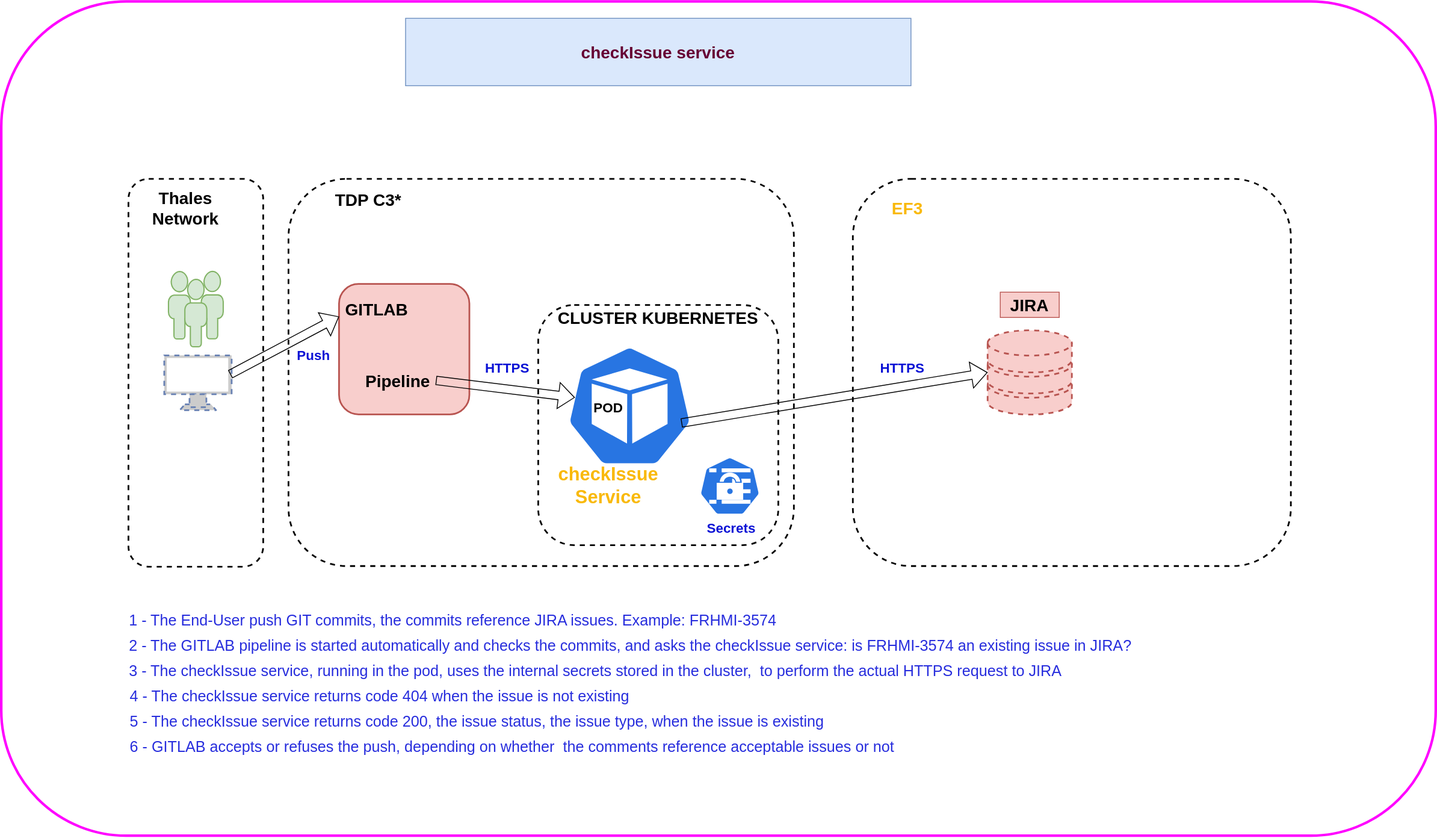
alaindelanay/drawings keeps this draw.io diagram as tech/Service checkIssue.svg. Above is the earlier version. Source tidied: cells renumbered, new cells last; positions are measured from the earlier drawing's top-left corner, leaving out a move shared by most shapes.
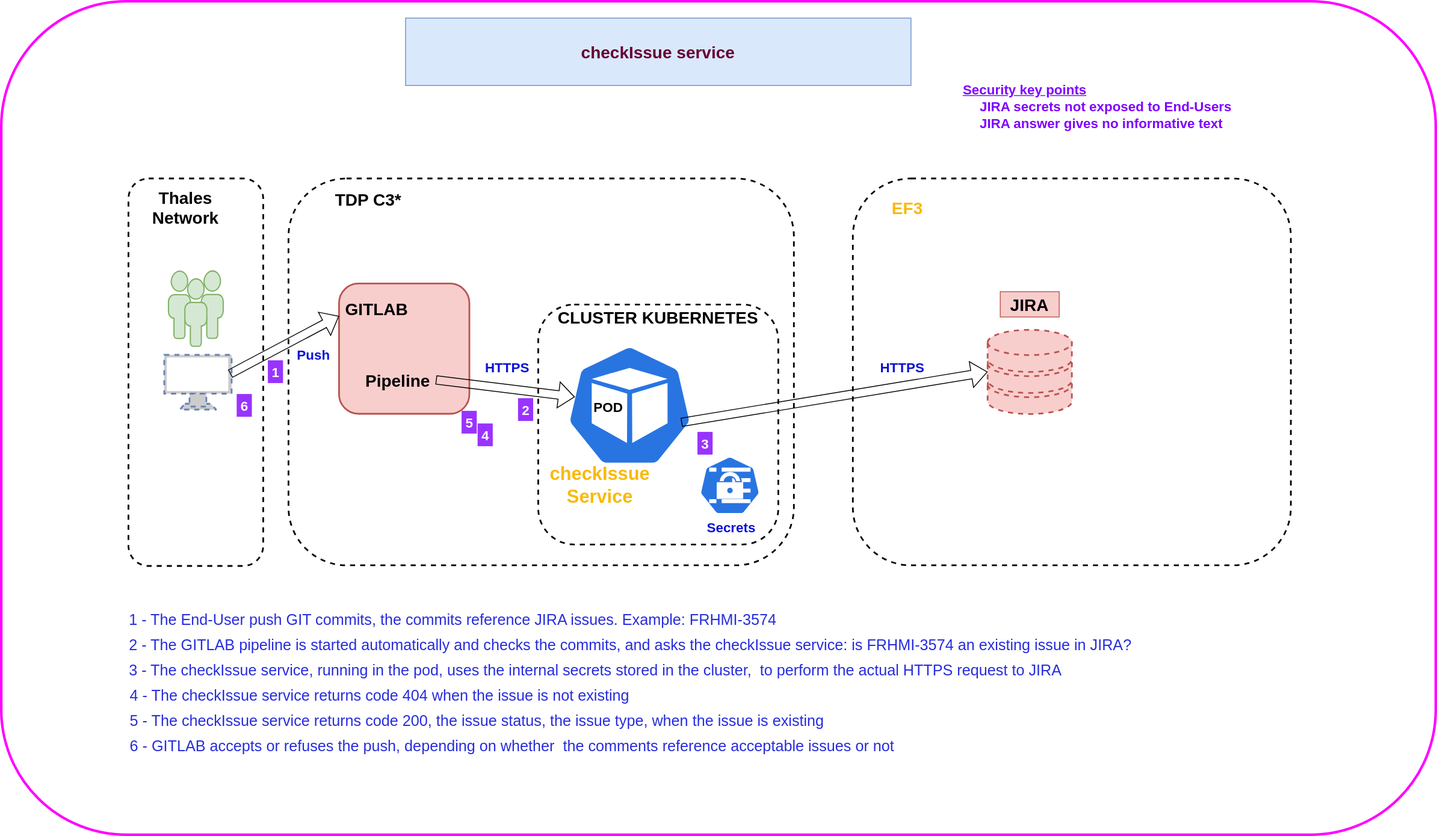
After the change.

Commit message:
Mettre à jour Service checkIssue.svg

Diff of the diagram source:
```diff
@@ -100,11 +100,38 @@
     <mxCell id="33" value="5 - The checkIssue service returns code 200, the issue status, the issue type, when the issue is existing" style="text;strokeColor=none;align=left;fillColor=none;html=1;verticalAlign=middle;whiteSpace=wrap;rounded=0;fontSize=18;fontColor=#272ddd;" parent="1" vertex="1">
       <mxGeometry x="151" y="840" width="1381" height="30" as="geometry" />
     </mxCell>
-    <mxCell id="34" value="6 - GITLAB accepts or refuses the push, depending on whether&amp;nbsp; the comments reference acceptable issues or not" style="text;strokeColor=none;align=left;fillColor=none;html=1;verticalAlign=middle;whiteSpace=wrap;rounded=0;fontSize=18;fontColor=#272ddd;" parent="1" vertex="1">
+    <mxCell id="34" value="6 - GITLAB accepts or refuses the push, depending on whether&amp;nbsp; the comments reference acceptable issues or not&amp;nbsp;" style="text;strokeColor=none;align=left;fillColor=none;html=1;verticalAlign=middle;whiteSpace=wrap;rounded=0;fontSize=18;fontColor=#272ddd;" parent="1" vertex="1">
       <mxGeometry x="151" y="870" width="1381" height="30" as="geometry" />
     </mxCell>
     <mxCell id="35" value="&lt;font style=&quot;font-size: 22px;&quot;&gt;checkIssue Service&lt;/font&gt;" style="text;strokeColor=none;align=center;fillColor=none;html=1;verticalAlign=middle;whiteSpace=wrap;rounded=0;fontSize=18;fontColor=#f9b90b;fontStyle=1;" parent="1" vertex="1">
-      <mxGeometry x="691" y="560" width="60" height="30" as="geometry" />
+      <mxGeometry x="681" y="560" width="60" height="30" as="geometry" />
     </mxCell>
+    <mxCell id="36" value="&lt;font style=&quot;font-size: 16px;&quot;&gt;&lt;b&gt;&amp;nbsp;2&amp;nbsp;&lt;/b&gt;&lt;/font&gt;" style="text;strokeColor=none;align=center;fillColor=none;html=1;verticalAlign=middle;whiteSpace=wrap;rounded=0;fontSize=22;fontColor=#FFFFFF;labelBackgroundColor=#9933FF;" parent="1" vertex="1">
+      <mxGeometry x="607.5" y="470" width="30" height="30" as="geometry" />
+    </mxCell>
+    <mxCell id="37" value="&lt;font style=&quot;font-size: 16px;&quot;&gt;&lt;b&gt;&amp;nbsp;1&amp;nbsp;&lt;/b&gt;&lt;/font&gt;" style="text;strokeColor=none;align=center;fillColor=none;html=1;verticalAlign=middle;whiteSpace=wrap;rounded=0;fontSize=22;fontColor=#FFFFFF;labelBackgroundColor=#9933FF;" parent="1" vertex="1">
+      <mxGeometry x="311" y="425.2" width="30" height="30" as="geometry" />
+    </mxCell>
+    <mxCell id="38" value="&lt;font style=&quot;font-size: 16px;&quot;&gt;&lt;b&gt;&amp;nbsp;3&amp;nbsp;&lt;/b&gt;&lt;/font&gt;" style="text;strokeColor=none;align=center;fillColor=none;html=1;verticalAlign=middle;whiteSpace=wrap;rounded=0;fontSize=22;fontColor=#FFFFFF;labelBackgroundColor=#9933FF;" parent="1" vertex="1">
+      <mxGeometry x="821" y="510" width="30" height="30" as="geometry" />
+    </mxCell>
+    <mxCell id="39" value="&lt;font style=&quot;font-size: 16px;&quot;&gt;&lt;b&gt;&amp;nbsp;4&amp;nbsp;&lt;/b&gt;&lt;/font&gt;" style="text;strokeColor=none;align=center;fillColor=none;html=1;verticalAlign=middle;whiteSpace=wrap;rounded=0;fontSize=22;fontColor=#FFFFFF;labelBackgroundColor=#9933FF;" parent="1" vertex="1">
+      <mxGeometry x="560" y="500" width="30" height="30" as="geometry" />
+    </mxCell>
+    <mxCell id="40" value="&lt;font style=&quot;font-size: 16px;&quot;&gt;&lt;b&gt;&amp;nbsp;5&amp;nbsp;&lt;/b&gt;&lt;/font&gt;" style="text;strokeColor=none;align=center;fillColor=none;html=1;verticalAlign=middle;whiteSpace=wrap;rounded=0;fontSize=22;fontColor=#FFFFFF;labelBackgroundColor=#9933FF;" parent="1" vertex="1">
+      <mxGeometry x="541" y="485" width="30" height="30" as="geometry" />
+    </mxCell>
+    <mxCell id="41" value="&lt;font style=&quot;font-size: 16px;&quot;&gt;&lt;b&gt;&amp;nbsp;6&amp;nbsp;&lt;/b&gt;&lt;/font&gt;" style="text;strokeColor=none;align=center;fillColor=none;html=1;verticalAlign=middle;whiteSpace=wrap;rounded=0;fontSize=22;fontColor=#FFFFFF;labelBackgroundColor=#9933FF;" parent="1" vertex="1">
+      <mxGeometry x="273.5" y="465" width="30" height="30" as="geometry" />
+    </mxCell>
+    <mxCell id="42" value="&lt;font color=&quot;#7f00ff&quot;&gt;&lt;b&gt;JIRA answer gives no informative text&lt;/b&gt;&lt;/font&gt;" style="text;strokeColor=none;align=left;fillColor=none;html=1;verticalAlign=middle;whiteSpace=wrap;rounded=0;fontSize=16;fontColor=#FFFFFF;" parent="1" vertex="1">
+      <mxGeometry x="1160" y="130" width="310" height="30" as="geometry" />
+    </mxCell>
+    <mxCell id="43" value="&lt;font color=&quot;#7f00ff&quot;&gt;&lt;b&gt;JIRA secrets not exposed to End-Users&lt;/b&gt;&lt;/font&gt;" style="text;strokeColor=none;align=left;fillColor=none;html=1;verticalAlign=middle;whiteSpace=wrap;rounded=0;fontSize=16;fontColor=#FFFFFF;" parent="1" vertex="1">
+      <mxGeometry x="1160" y="110" width="310" height="30" as="geometry" />
+    </mxCell>
+    <mxCell id="44" value="&lt;font color=&quot;#7f00ff&quot;&gt;&lt;b&gt;&lt;u&gt;Security key points&lt;/u&gt;&lt;/b&gt;&lt;/font&gt;" style="text;strokeColor=none;align=left;fillColor=none;html=1;verticalAlign=middle;whiteSpace=wrap;rounded=0;fontSize=16;fontColor=#FFFFFF;" parent="1" vertex="1">
+      <mxGeometry x="1140" y="90" width="310" height="30" as="geometry" />
+    </mxCell>
   </root>
 </mxGraphModel>
```
